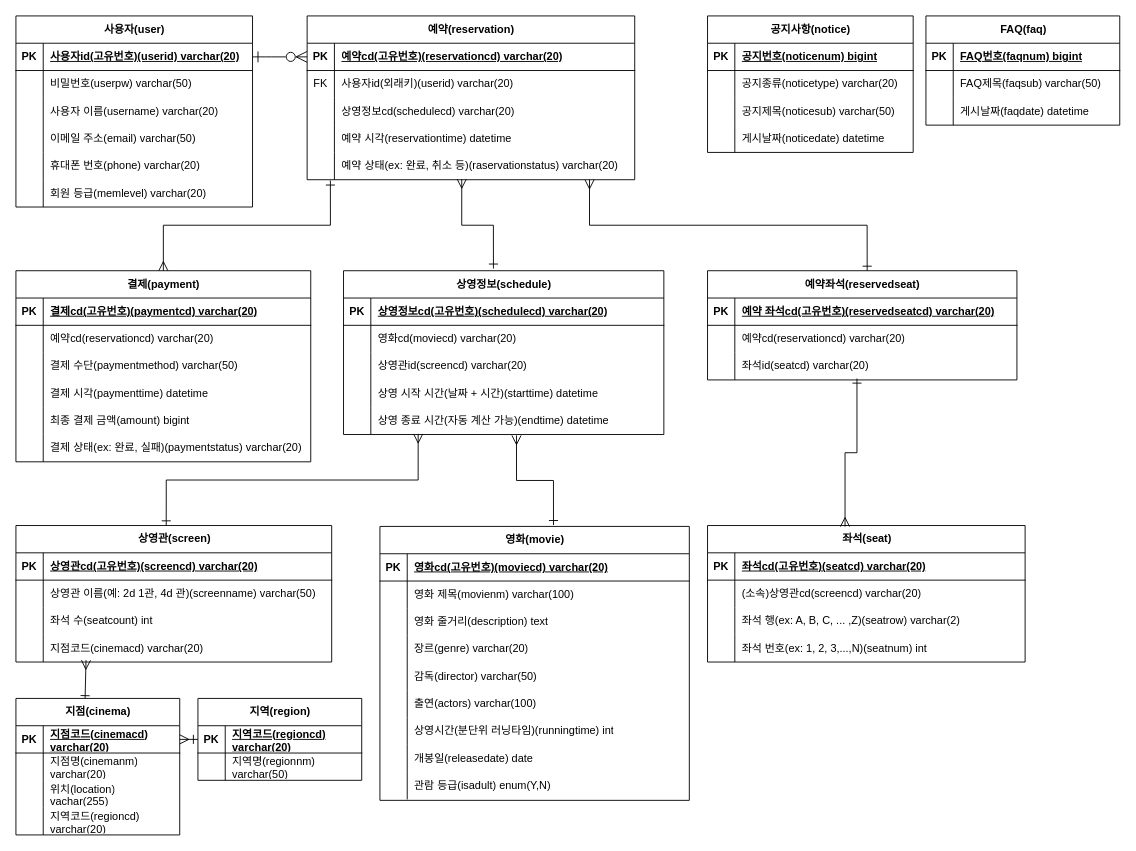
This is thescreendberd.drawio from Leeoc1/projectscr, a draw.io file, before an edit. Source tidied: cells renumbered, new cells numbered last; positions are measured from the earlier drawing's top-left corner, leaving out a move shared by most shapes. Both pictures are drawn from the tidied source at 91%, with x=0, y=0 at pixel (15, 15).
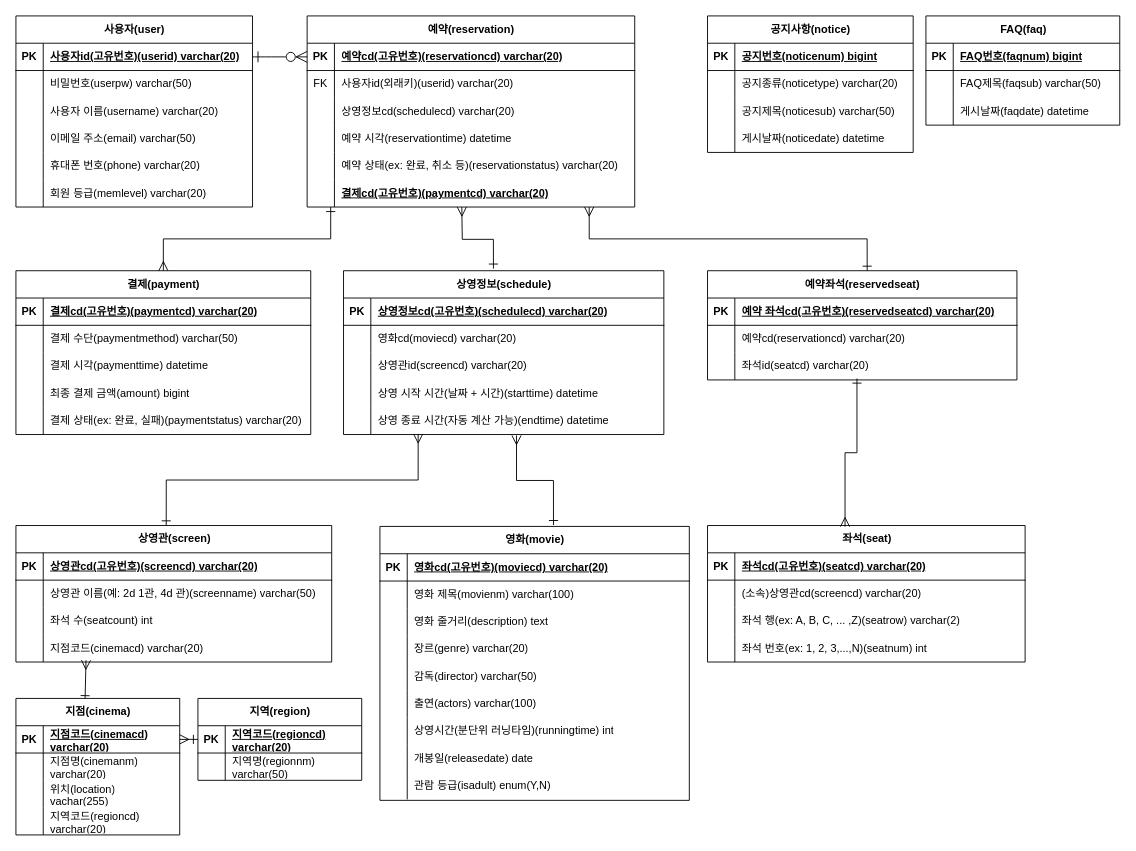
Above is the later version.

Unchanged cells that the change refers to:
```xml
<mxCell id="15" value="상영정보(schedule)" style="shape=table;startSize=30;childLayout=tableLayout;rowLines=0;fontStyle=1;align=center;html=1;" parent="1" vertex="1">
  <mxGeometry x="360" y="280" width="352" height="180" as="geometry" />
</mxCell>
<mxCell id="57" style="shape=tableRow;horizontal=0;startSize=0;swimlaneHead=0;swimlaneBody=0;fillColor=none;points=[[0,0.5],[1,0.5]];portConstraint=eastwest;top=0;left=0;right=0;bottom=0;" parent="44" vertex="1">
  <mxGeometry y="150" width="360" height="30" as="geometry" />
</mxCell>
<mxCell id="60" value="예약좌석(reservedseat)" style="shape=table;startSize=30;childLayout=tableLayout;rowLines=0;fontStyle=1;align=center;html=1;" parent="1" vertex="1">
  <mxGeometry x="760" y="280" width="340" height="120" as="geometry" />
</mxCell>
```

Diff of the diagram source:
```diff
@@
     <mxCell id="44" value="예약(reservation)" style="shape=table;startSize=30;childLayout=tableLayout;rowLines=0;fontStyle=1;align=center;html=1;" parent="1" vertex="1">
-      <mxGeometry x="320" width="360" height="180" as="geometry" />
+      <mxGeometry x="320" width="360" height="210" as="geometry" />
     </mxCell>
@@
-    <mxCell id="59" value="예약 상태(ex: 완료, 취소 등)(raservationstatus) varchar(20)" style="shape=partialRectangle;fillColor=none;top=0;left=0;bottom=0;right=0;align=left;spacingLeft=6;overflow=hidden;whiteSpace=wrap;html=1;" parent="57" vertex="1">
+    <mxCell id="59" value="예약 상태(ex: 완료, 취소 등)(reservationstatus) varchar(20)" style="shape=partialRectangle;fillColor=none;top=0;left=0;bottom=0;right=0;align=left;spacingLeft=6;overflow=hidden;whiteSpace=wrap;html=1;" parent="57" vertex="1">
       <mxGeometry x="30" width="330" height="30" as="geometry" />
     </mxCell>
+    <mxCell id="188" style="shape=tableRow;horizontal=0;startSize=0;swimlaneHead=0;swimlaneBody=0;fillColor=none;points=[[0,0.5],[1,0.5]];portConstraint=eastwest;top=0;left=0;right=0;bottom=0;" parent="44" vertex="1">
+      <mxGeometry y="180" width="360" height="30" as="geometry" />
+    </mxCell>
+    <mxCell id="94" style="shape=partialRectangle;fillColor=none;top=0;left=0;bottom=0;right=0;overflow=hidden;whiteSpace=wrap;html=1;" parent="188" vertex="1">
+      <mxGeometry width="30" height="30" as="geometry" />
+    </mxCell>
+    <mxCell id="189" value="&lt;span style=&quot;font-weight: 700; text-decoration-line: underline;&quot;&gt;결제cd(고유번호)(paymentcd) varchar(20)&lt;/span&gt;" style="shape=partialRectangle;fillColor=none;top=0;left=0;bottom=0;right=0;align=left;spacingLeft=6;overflow=hidden;whiteSpace=wrap;html=1;" parent="188" vertex="1">
+      <mxGeometry x="30" width="330" height="30" as="geometry" />
+    </mxCell>
@@
     <mxCell id="89" value="결제(payment)" style="shape=table;startSize=30;childLayout=tableLayout;rowLines=0;fontStyle=1;align=center;html=1;" parent="1" vertex="1">
-      <mxGeometry y="280" width="324" height="210" as="geometry" />
+      <mxGeometry y="280" width="324" height="180" as="geometry" />
     </mxCell>
@@
-    <mxCell id="93" style="shape=tableRow;horizontal=0;startSize=0;swimlaneHead=0;swimlaneBody=0;fillColor=none;top=0;left=0;right=0;bottom=0;" parent="89" vertex="1">
-      <mxGeometry y="60" width="324" height="30" as="geometry" />
-    </mxCell>
-    <mxCell id="94" style="shape=partialRectangle;fillColor=none;top=0;left=0;bottom=0;right=0;overflow=hidden;whiteSpace=wrap;html=1;" parent="93" vertex="1">
-      <mxGeometry width="30" height="30" as="geometry" />
-    </mxCell>
-    <mxCell id="95" value="예약cd(reservationcd) varchar(20)" style="shape=partialRectangle;fillColor=none;top=0;left=0;bottom=0;right=0;align=left;spacingLeft=6;overflow=hidden;whiteSpace=wrap;html=1;" parent="93" vertex="1">
-      <mxGeometry x="30" width="294" height="30" as="geometry" />
-    </mxCell>
     <mxCell id="96" style="shape=tableRow;horizontal=0;startSize=0;swimlaneHead=0;swimlaneBody=0;fillColor=none;top=0;left=0;right=0;bottom=0;" parent="89" vertex="1">
-      <mxGeometry y="90" width="324" height="30" as="geometry" />
+      <mxGeometry y="60" width="324" height="30" as="geometry" />
     </mxCell>
@@
     <mxCell id="99" style="shape=tableRow;horizontal=0;startSize=0;swimlaneHead=0;swimlaneBody=0;fillColor=none;top=0;left=0;right=0;bottom=0;" parent="89" vertex="1">
-      <mxGeometry y="120" width="324" height="30" as="geometry" />
+      <mxGeometry y="90" width="324" height="30" as="geometry" />
     </mxCell>
@@
     <mxCell id="102" style="shape=tableRow;horizontal=0;startSize=0;swimlaneHead=0;swimlaneBody=0;fillColor=none;top=0;left=0;right=0;bottom=0;" parent="89" vertex="1">
-      <mxGeometry y="150" width="324" height="30" as="geometry" />
+      <mxGeometry y="120" width="324" height="30" as="geometry" />
     </mxCell>
@@
     <mxCell id="105" style="shape=tableRow;horizontal=0;startSize=0;swimlaneHead=0;swimlaneBody=0;fillColor=none;top=0;left=0;right=0;bottom=0;" parent="89" vertex="1">
-      <mxGeometry y="180" width="324" height="30" as="geometry" />
+      <mxGeometry y="150" width="324" height="30" as="geometry" />
     </mxCell>
@@
-    <mxCell id="137" style="endArrow=ERmany;html=1;rounded=0;fontSize=12;startSize=8;endSize=8;entryX=0.5;entryY=0;entryDx=0;entryDy=0;elbow=vertical;startArrow=ERone;startFill=0;endFill=0;exitX=0.071;exitY=1.028;exitDx=0;exitDy=0;exitPerimeter=0;edgeStyle=orthogonalEdgeStyle;" parent="1" edge="1" source="57" target="89">
+    <mxCell id="137" style="endArrow=ERmany;html=1;rounded=0;fontSize=12;startSize=8;endSize=8;entryX=0.5;entryY=0;entryDx=0;entryDy=0;elbow=vertical;startArrow=ERone;startFill=0;endFill=0;exitX=0.072;exitY=1;exitDx=0;exitDy=0;exitPerimeter=0;edgeStyle=orthogonalEdgeStyle;" parent="1" edge="1" source="188" target="89">
       <mxGeometry relative="1" as="geometry" />
     </mxCell>
-    <mxCell id="138" style="endArrow=ERone;html=1;rounded=0;fontSize=12;startSize=8;endSize=8;entryX=0.516;entryY=0;entryDx=0;entryDy=0;startArrow=ERmany;startFill=0;endFill=0;exitX=0.862;exitY=1;exitDx=0;exitDy=0;entryPerimeter=0;exitPerimeter=0;edgeStyle=orthogonalEdgeStyle;" parent="1" edge="1" source="57" target="60">
+    <mxCell id="138" style="endArrow=ERone;html=1;rounded=0;fontSize=12;startSize=8;endSize=8;entryX=0.516;entryY=0;entryDx=0;entryDy=0;startArrow=ERmany;startFill=0;endFill=0;entryPerimeter=0;edgeStyle=orthogonalEdgeStyle;exitX=0.861;exitY=1;exitDx=0;exitDy=0;exitPerimeter=0;" parent="1" edge="1" source="188" target="60">
       <mxGeometry relative="1" as="geometry" />
     </mxCell>
-    <mxCell id="139" style="endArrow=ERone;html=1;rounded=0;fontSize=12;startSize=8;endSize=8;startArrow=ERmany;startFill=0;endFill=0;entryX=0.468;entryY=-0.013;entryDx=0;entryDy=0;entryPerimeter=0;exitX=0.472;exitY=0.978;exitDx=0;exitDy=0;exitPerimeter=0;edgeStyle=orthogonalEdgeStyle;" parent="1" edge="1" source="57" target="15">
-      <mxGeometry relative="1" as="geometry" />
+    <mxCell id="139" style="endArrow=ERone;html=1;rounded=0;fontSize=12;startSize=8;endSize=8;startArrow=ERmany;startFill=0;endFill=0;entryX=0.468;entryY=-0.013;entryDx=0;entryDy=0;entryPerimeter=0;edgeStyle=orthogonalEdgeStyle;" parent="1" edge="1" target="15">
+      <mxGeometry relative="1" as="geometry">
+        <mxPoint x="490" y="210" as="sourcePoint" />
+      </mxGeometry>
     </mxCell>
```
